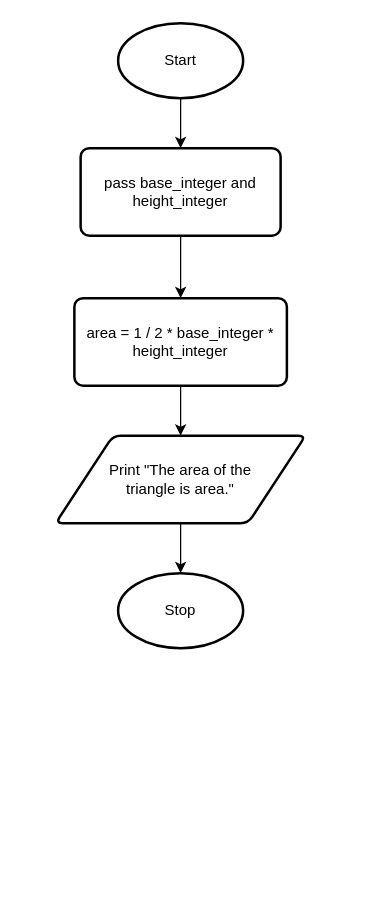
Yiyun-Qin/ICS3U-Assignment7-Python keeps this draw.io diagram as design.flowchart.drawio. Above is the earlier version. Source tidied: cells renumbered, new cells numbered last; positions are measured from the earlier drawing's top-left corner, leaving out a move shared by most shapes. Both pictures are drawn from the tidied source at 125%, with x=0, y=0 at pixel (55, 22).
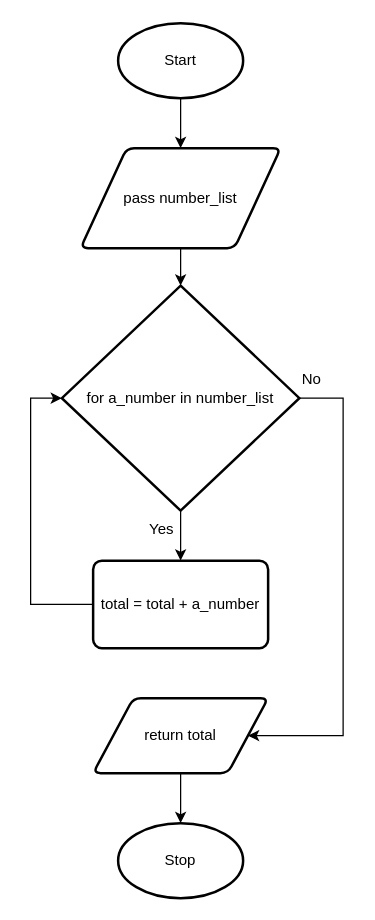
Above is the later version.

The edit, as a diff of the source:
```diff
@@
 <mxGraphModel>
   <root>
     <mxCell id="0" />
     <mxCell id="1" parent="0" />
-    <mxCell id="2" style="edgeStyle=none;html=1;exitX=0.5;exitY=1;exitDx=0;exitDy=0;exitPerimeter=0;entryX=0.5;entryY=0;entryDx=0;entryDy=0;" parent="1" edge="1" source="3" target="6">
-      <mxGeometry relative="1" as="geometry" />
-    </mxCell>
+    <mxCell id="11" style="edgeStyle=orthogonalEdgeStyle;rounded=0;html=1;exitX=0.5;exitY=1;exitDx=0;exitDy=0;exitPerimeter=0;entryX=0.5;entryY=0;entryDx=0;entryDy=0;" parent="1" edge="1" source="3" target="9">
+      <mxGeometry relative="1" as="geometry" />
+    </mxCell>
     <mxCell id="3" value="Start" style="strokeWidth=2;html=1;shape=mxgraph.flowchart.start_1;whiteSpace=wrap;" parent="1" vertex="1">
       <mxGeometry x="50" width="100" height="60" as="geometry" />
     </mxCell>
     <mxCell id="4" value="Stop" style="strokeWidth=2;html=1;shape=mxgraph.flowchart.start_1;whiteSpace=wrap;" parent="1" vertex="1">
-      <mxGeometry x="50" y="440" width="100" height="60" as="geometry" />
+      <mxGeometry x="50" y="640" width="100" height="60" as="geometry" />
     </mxCell>
-    <mxCell id="5" style="edgeStyle=none;html=1;exitX=0.5;exitY=1;exitDx=0;exitDy=0;entryX=0.5;entryY=0;entryDx=0;entryDy=0;" parent="1" edge="1" source="6" target="8">
-      <mxGeometry relative="1" as="geometry" />
-    </mxCell>
-    <mxCell id="6" value="pass base_integer and height_integer" style="rounded=1;whiteSpace=wrap;html=1;absoluteArcSize=1;arcSize=14;strokeWidth=2;" parent="1" vertex="1">
-      <mxGeometry x="20" y="100" width="160" height="70" as="geometry" />
-    </mxCell>
-    <mxCell id="7" style="edgeStyle=none;html=1;exitX=0.5;exitY=1;exitDx=0;exitDy=0;entryX=0.5;entryY=0;entryDx=0;entryDy=0;" parent="1" edge="1" source="8" target="10">
-      <mxGeometry relative="1" as="geometry" />
-    </mxCell>
-    <mxCell id="8" value="area = 1 / 2 * base_integer * height_integer" style="rounded=1;whiteSpace=wrap;html=1;absoluteArcSize=1;arcSize=14;strokeWidth=2;" parent="1" vertex="1">
-      <mxGeometry x="15" y="220" width="170" height="70" as="geometry" />
-    </mxCell>
+    <mxCell id="12" style="edgeStyle=orthogonalEdgeStyle;rounded=0;html=1;exitX=0.5;exitY=1;exitDx=0;exitDy=0;entryX=0.5;entryY=0;entryDx=0;entryDy=0;entryPerimeter=0;" parent="1" edge="1" source="9" target="15">
+      <mxGeometry relative="1" as="geometry" />
+    </mxCell>
-    <mxCell id="9" style="edgeStyle=none;html=1;exitX=0.5;exitY=1;exitDx=0;exitDy=0;entryX=0.5;entryY=0;entryDx=0;entryDy=0;entryPerimeter=0;" parent="1" edge="1" source="10" target="4">
-      <mxGeometry relative="1" as="geometry" />
+    <mxCell id="9" value="pass number_list" style="shape=parallelogram;html=1;strokeWidth=2;perimeter=parallelogramPerimeter;whiteSpace=wrap;rounded=1;arcSize=12;size=0.23;" parent="1" vertex="1">
+      <mxGeometry x="20" y="100" width="160" height="80" as="geometry" />
     </mxCell>
-    <mxCell id="10" value="Print &quot;The area of the &lt;br&gt;triangle is area.&quot;" style="shape=parallelogram;html=1;strokeWidth=2;perimeter=parallelogramPerimeter;whiteSpace=wrap;rounded=1;arcSize=12;size=0.23;" parent="1" vertex="1">
-      <mxGeometry y="330" width="200" height="70" as="geometry" />
-    </mxCell>
+    <mxCell id="13" style="edgeStyle=none;html=1;exitX=0.5;exitY=1;exitDx=0;exitDy=0;exitPerimeter=0;entryX=0.5;entryY=0;entryDx=0;entryDy=0;" parent="1" edge="1" source="15" target="17">
+      <mxGeometry relative="1" as="geometry" />
+    </mxCell>
+    <mxCell id="14" style="edgeStyle=orthogonalEdgeStyle;rounded=0;html=1;exitX=1;exitY=0.5;exitDx=0;exitDy=0;exitPerimeter=0;entryX=1;entryY=0.5;entryDx=0;entryDy=0;" parent="1" edge="1" source="15" target="19">
+      <mxGeometry relative="1" as="geometry">
+        <Array as="points">
+          <mxPoint x="230" y="300" />
+          <mxPoint x="230" y="570" />
+        </Array>
+      </mxGeometry>
+    </mxCell>
+    <mxCell id="15" value="for a_number in number_list" style="strokeWidth=2;html=1;shape=mxgraph.flowchart.decision;whiteSpace=wrap;" parent="1" vertex="1">
+      <mxGeometry x="5" y="210" width="190" height="180" as="geometry" />
+    </mxCell>
+    <mxCell id="16" style="edgeStyle=orthogonalEdgeStyle;html=1;exitX=0;exitY=0.5;exitDx=0;exitDy=0;entryX=0;entryY=0.5;entryDx=0;entryDy=0;entryPerimeter=0;rounded=0;" parent="1" edge="1" source="17" target="15">
+      <mxGeometry relative="1" as="geometry">
+        <Array as="points">
+          <mxPoint x="-20" y="465" />
+          <mxPoint x="-20" y="300" />
+        </Array>
+      </mxGeometry>
+    </mxCell>
+    <mxCell id="17" value="total = total + a_number" style="rounded=1;whiteSpace=wrap;html=1;absoluteArcSize=1;arcSize=14;strokeWidth=2;" parent="1" vertex="1">
+      <mxGeometry x="30" y="430" width="140" height="70" as="geometry" />
+    </mxCell>
+    <mxCell id="18" style="edgeStyle=orthogonalEdgeStyle;rounded=0;html=1;exitX=0.5;exitY=1;exitDx=0;exitDy=0;entryX=0.5;entryY=0;entryDx=0;entryDy=0;entryPerimeter=0;" parent="1" edge="1" source="19" target="4">
+      <mxGeometry relative="1" as="geometry" />
+    </mxCell>
+    <mxCell id="19" value="return total" style="shape=parallelogram;html=1;strokeWidth=2;perimeter=parallelogramPerimeter;whiteSpace=wrap;rounded=1;arcSize=12;size=0.23;" parent="1" vertex="1">
+      <mxGeometry x="30" y="540" width="140" height="60" as="geometry" />
+    </mxCell>
+    <mxCell id="20" value="Yes" style="text;html=1;strokeColor=none;fillColor=none;align=center;verticalAlign=middle;whiteSpace=wrap;rounded=0;" parent="1" vertex="1">
+      <mxGeometry x="60" y="390" width="50" height="30" as="geometry" />
+    </mxCell>
+    <mxCell id="21" value="No" style="text;html=1;strokeColor=none;fillColor=none;align=center;verticalAlign=middle;whiteSpace=wrap;rounded=0;" parent="1" vertex="1">
+      <mxGeometry x="180" y="270" width="50" height="30" as="geometry" />
+    </mxCell>
   </root>
 </mxGraphModel>
```
